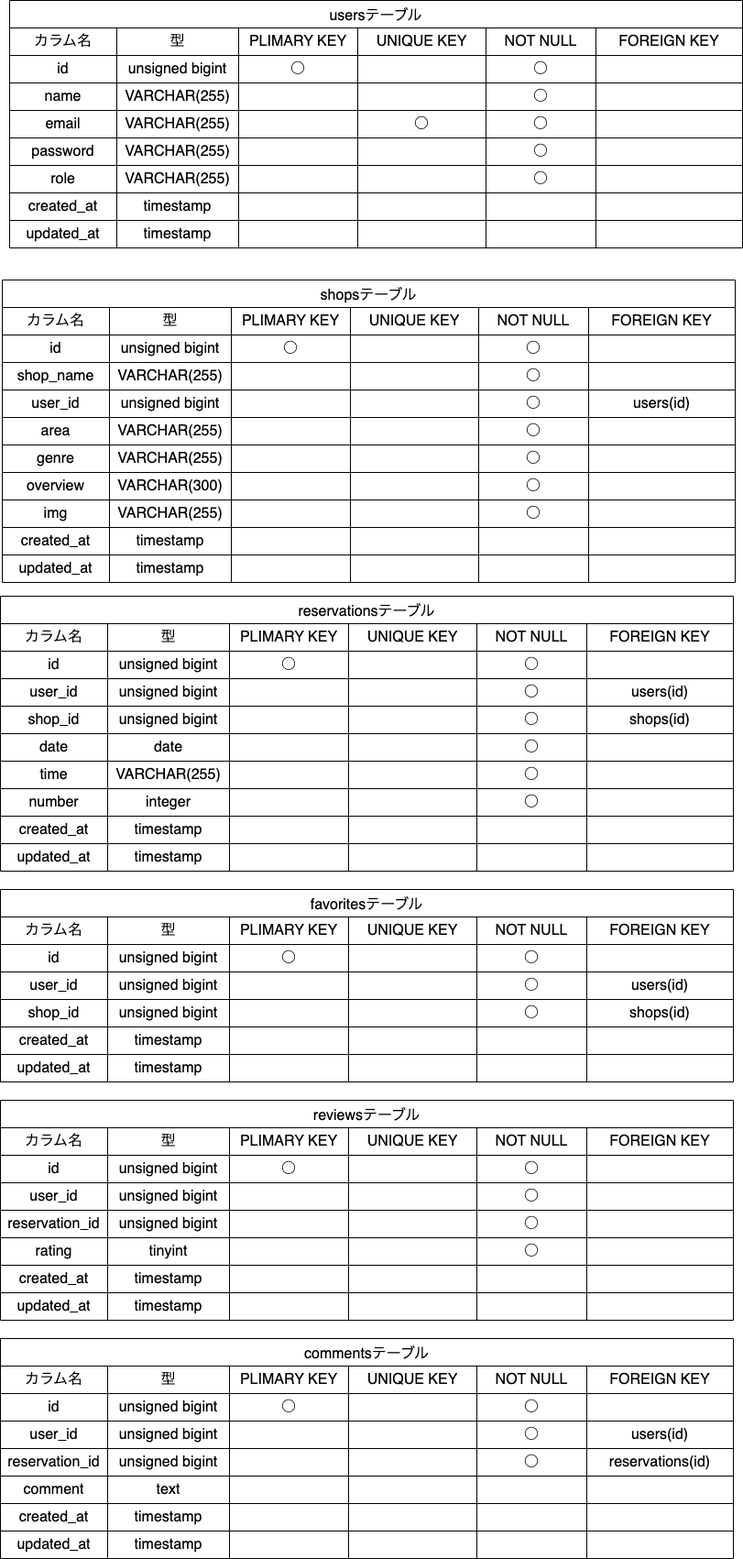
Above: table.drawio.png in youhonami/Rese (draw.io), before the change. Source tidied: cells renumbered, new cells last; positions are measured from the earlier drawing's top-left corner, leaving out a move shared by most shapes.
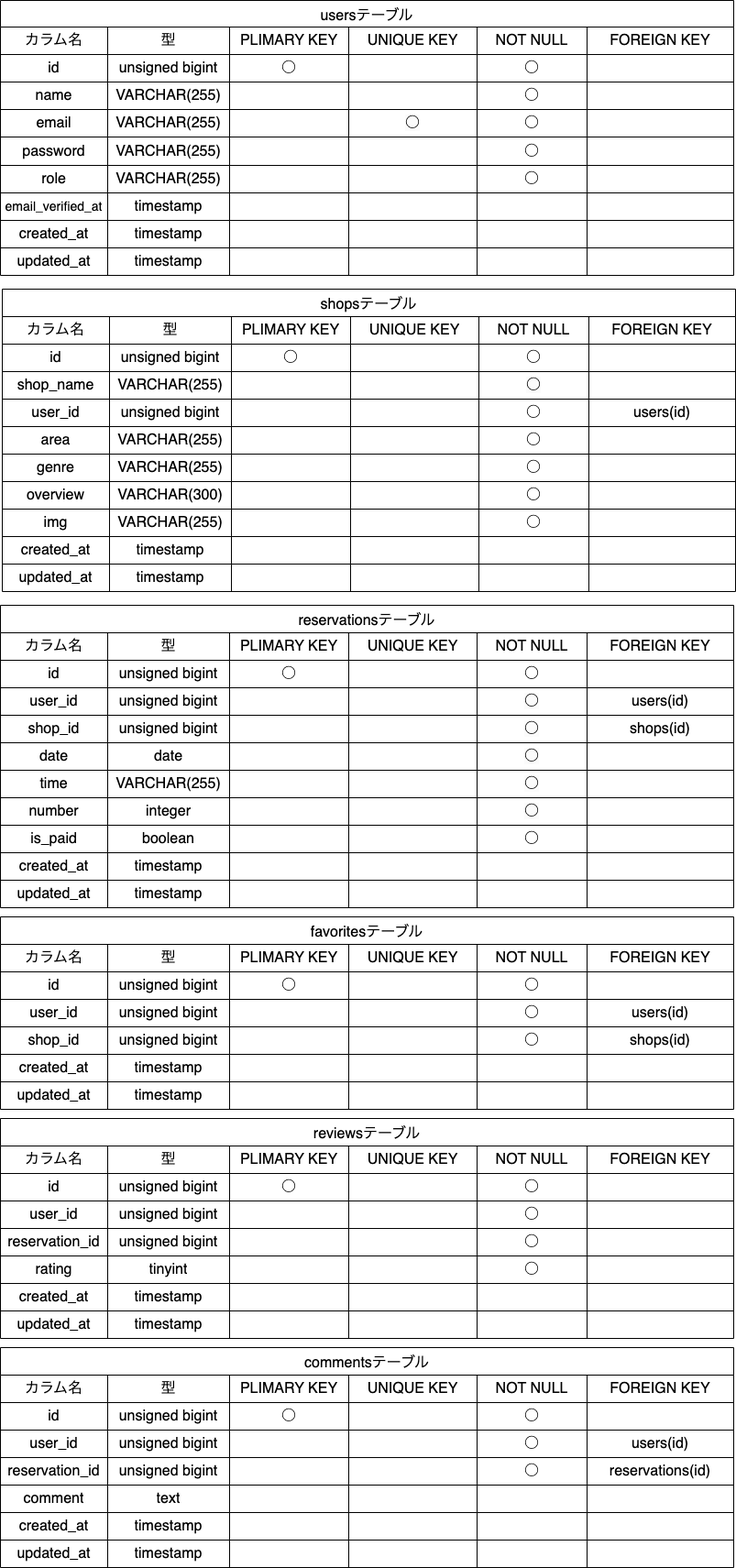
Later version of the same file.

Commit message:
ER図、テーブルの追加修正

Diff of the diagram source:
```diff
@@ -2,11 +2,11 @@
   <root>
     <mxCell id="0" />
     <mxCell id="1" parent="0" />
-    <mxCell id="2" value="usersテーブル" style="shape=table;startSize=30;strokeColor=default;fontSize=16;" parent="1" vertex="1">
-      <mxGeometry x="10" width="800" height="270" as="geometry" />
+    <mxCell id="2" value="usersテーブル" style="shape=table;startSize=29;strokeColor=default;fontSize=16;" parent="1" vertex="1">
+      <mxGeometry y="-10" width="800" height="300" as="geometry" />
     </mxCell>
     <mxCell id="3" style="shape=tableRow;horizontal=0;startSize=0;swimlaneHead=0;swimlaneBody=0;strokeColor=inherit;top=0;left=0;bottom=0;right=0;fillColor=none;fontSize=16;" parent="2" vertex="1">
-      <mxGeometry y="30" width="800" height="30" as="geometry" />
+      <mxGeometry y="29" width="800" height="30" as="geometry" />
     </mxCell>
     <mxCell id="4" value="カラム名" style="shape=partialRectangle;html=1;whiteSpace=wrap;strokeColor=inherit;overflow=hidden;fillColor=none;top=0;left=0;bottom=0;right=0;fontSize=16;align=center;" parent="3" vertex="1">
       <mxGeometry width="117" height="30" as="geometry" />
@@ -27,7 +27,7 @@
       <mxGeometry x="640" width="160" height="30" as="geometry" />
     </mxCell>
     <mxCell id="10" style="shape=tableRow;horizontal=0;startSize=0;swimlaneHead=0;swimlaneBody=0;strokeColor=inherit;top=0;left=0;bottom=0;right=0;fillColor=none;fontSize=16;" parent="2" vertex="1">
-      <mxGeometry y="60" width="800" height="30" as="geometry" />
+      <mxGeometry y="59" width="800" height="30" as="geometry" />
     </mxCell>
     <mxCell id="11" value="id" style="shape=partialRectangle;html=1;whiteSpace=wrap;strokeColor=inherit;overflow=hidden;fillColor=none;top=0;left=0;bottom=0;right=0;fontSize=16;" parent="10" vertex="1">
       <mxGeometry width="117" height="30" as="geometry" />
@@ -48,7 +48,7 @@
       <mxGeometry x="640" width="160" height="30" as="geometry" />
     </mxCell>
     <mxCell id="17" style="shape=tableRow;horizontal=0;startSize=0;swimlaneHead=0;swimlaneBody=0;strokeColor=inherit;top=0;left=0;bottom=0;right=0;fillColor=none;fontSize=16;" parent="2" vertex="1">
-      <mxGeometry y="90" width="800" height="30" as="geometry" />
+      <mxGeometry y="89" width="800" height="30" as="geometry" />
     </mxCell>
     <mxCell id="18" value="name" style="shape=partialRectangle;html=1;whiteSpace=wrap;strokeColor=inherit;overflow=hidden;fillColor=none;top=0;left=0;bottom=0;right=0;fontSize=16;" parent="17" vertex="1">
       <mxGeometry width="117" height="30" as="geometry" />
@@ -69,7 +69,7 @@
       <mxGeometry x="640" width="160" height="30" as="geometry" />
     </mxCell>
     <mxCell id="24" style="shape=tableRow;horizontal=0;startSize=0;swimlaneHead=0;swimlaneBody=0;strokeColor=inherit;top=0;left=0;bottom=0;right=0;fillColor=none;fontSize=16;" parent="2" vertex="1">
-      <mxGeometry y="120" width="800" height="30" as="geometry" />
+      <mxGeometry y="119" width="800" height="30" as="geometry" />
     </mxCell>
     <mxCell id="25" value="email" style="shape=partialRectangle;html=1;whiteSpace=wrap;strokeColor=inherit;overflow=hidden;fillColor=none;top=0;left=0;bottom=0;right=0;fontSize=16;" parent="24" vertex="1">
       <mxGeometry width="117" height="30" as="geometry" />
@@ -90,25 +90,25 @@
       <mxGeometry x="640" width="160" height="30" as="geometry" />
     </mxCell>
     <mxCell id="31" style="shape=tableRow;horizontal=0;startSize=0;swimlaneHead=0;swimlaneBody=0;strokeColor=inherit;top=0;left=0;bottom=0;right=0;fillColor=none;fontSize=16;" parent="2" vertex="1">
-      <mxGeometry y="150" width="800" height="30" as="geometry" />
+      <mxGeometry y="149" width="800" height="31" as="geometry" />
     </mxCell>
     <mxCell id="32" value="password" style="shape=partialRectangle;html=1;whiteSpace=wrap;strokeColor=inherit;overflow=hidden;fillColor=none;top=0;left=0;bottom=0;right=0;fontSize=16;" parent="31" vertex="1">
-      <mxGeometry width="117" height="30" as="geometry" />
+      <mxGeometry width="117" height="31" as="geometry" />
     </mxCell>
     <mxCell id="33" value="VARCHAR(255)" style="shape=partialRectangle;html=1;whiteSpace=wrap;strokeColor=inherit;overflow=hidden;fillColor=none;top=0;left=0;bottom=0;right=0;fontSize=16;" parent="31" vertex="1">
-      <mxGeometry x="117" width="133" height="30" as="geometry" />
+      <mxGeometry x="117" width="133" height="31" as="geometry" />
     </mxCell>
     <mxCell id="34" style="shape=partialRectangle;html=1;whiteSpace=wrap;strokeColor=inherit;overflow=hidden;fillColor=none;top=0;left=0;bottom=0;right=0;fontSize=16;" parent="31" vertex="1">
-      <mxGeometry x="250" width="130" height="30" as="geometry" />
+      <mxGeometry x="250" width="130" height="31" as="geometry" />
     </mxCell>
     <mxCell id="35" style="shape=partialRectangle;html=1;whiteSpace=wrap;strokeColor=inherit;overflow=hidden;fillColor=none;top=0;left=0;bottom=0;right=0;fontSize=16;" parent="31" vertex="1">
-      <mxGeometry x="380" width="140" height="30" as="geometry" />
+      <mxGeometry x="380" width="140" height="31" as="geometry" />
     </mxCell>
     <mxCell id="36" value="&lt;span style=&quot;color: rgb(0, 0, 0);&quot;&gt;○&lt;/span&gt;" style="shape=partialRectangle;html=1;whiteSpace=wrap;strokeColor=inherit;overflow=hidden;fillColor=none;top=0;left=0;bottom=0;right=0;fontSize=16;" parent="31" vertex="1">
-      <mxGeometry x="520" width="120" height="30" as="geometry" />
+      <mxGeometry x="520" width="120" height="31" as="geometry" />
     </mxCell>
     <mxCell id="37" style="shape=partialRectangle;html=1;whiteSpace=wrap;strokeColor=inherit;overflow=hidden;fillColor=none;top=0;left=0;bottom=0;right=0;fontSize=16;" parent="31" vertex="1">
-      <mxGeometry x="640" width="160" height="30" as="geometry" />
+      <mxGeometry x="640" width="160" height="31" as="geometry" />
     </mxCell>
     <mxCell id="38" style="shape=tableRow;horizontal=0;startSize=0;swimlaneHead=0;swimlaneBody=0;strokeColor=inherit;top=0;left=0;bottom=0;right=0;fillColor=none;fontSize=16;" parent="2" vertex="1">
       <mxGeometry y="180" width="800" height="30" as="geometry" />
@@ -134,10 +134,10 @@
     <mxCell id="45" style="shape=tableRow;horizontal=0;startSize=0;swimlaneHead=0;swimlaneBody=0;strokeColor=inherit;top=0;left=0;bottom=0;right=0;fillColor=none;fontSize=16;" parent="2" vertex="1">
       <mxGeometry y="210" width="800" height="30" as="geometry" />
     </mxCell>
-    <mxCell id="46" value="created_at" style="shape=partialRectangle;html=1;whiteSpace=wrap;strokeColor=inherit;overflow=hidden;fillColor=none;top=0;left=0;bottom=0;right=0;fontSize=16;" parent="45" vertex="1">
+    <mxCell id="46" value="&lt;font style=&quot;font-size: 14px;&quot;&gt;email_verified_at&lt;/font&gt;" style="shape=partialRectangle;html=1;whiteSpace=wrap;strokeColor=inherit;overflow=hidden;fillColor=none;top=0;left=0;bottom=0;right=0;fontSize=16;" parent="45" vertex="1">
       <mxGeometry width="117" height="30" as="geometry" />
     </mxCell>
-    <mxCell id="47" value="timestamp" style="shape=partialRectangle;html=1;whiteSpace=wrap;strokeColor=inherit;overflow=hidden;fillColor=none;top=0;left=0;bottom=0;right=0;fontSize=16;" parent="45" vertex="1">
+    <mxCell id="47" value="&lt;span style=&quot;color: rgb(0, 0, 0);&quot;&gt;timestamp&lt;/span&gt;" style="shape=partialRectangle;html=1;whiteSpace=wrap;strokeColor=inherit;overflow=hidden;fillColor=none;top=0;left=0;bottom=0;right=0;fontSize=16;" parent="45" vertex="1">
       <mxGeometry x="117" width="133" height="30" as="geometry" />
     </mxCell>
     <mxCell id="48" style="shape=partialRectangle;html=1;whiteSpace=wrap;strokeColor=inherit;overflow=hidden;fillColor=none;top=0;left=0;bottom=0;right=0;fontSize=16;" parent="45" vertex="1">
@@ -155,7 +155,7 @@
     <mxCell id="52" style="shape=tableRow;horizontal=0;startSize=0;swimlaneHead=0;swimlaneBody=0;strokeColor=inherit;top=0;left=0;bottom=0;right=0;fillColor=none;fontSize=16;" parent="2" vertex="1">
       <mxGeometry y="240" width="800" height="30" as="geometry" />
     </mxCell>
-    <mxCell id="53" value="updated_at" style="shape=partialRectangle;html=1;whiteSpace=wrap;strokeColor=inherit;overflow=hidden;fillColor=none;top=0;left=0;bottom=0;right=0;fontSize=16;" parent="52" vertex="1">
+    <mxCell id="53" value="&lt;span style=&quot;color: rgb(0, 0, 0);&quot;&gt;created_at&lt;/span&gt;" style="shape=partialRectangle;html=1;whiteSpace=wrap;strokeColor=inherit;overflow=hidden;fillColor=none;top=0;left=0;bottom=0;right=0;fontSize=16;" parent="52" vertex="1">
       <mxGeometry width="117" height="30" as="geometry" />
     </mxCell>
     <mxCell id="54" value="&lt;span style=&quot;color: rgb(0, 0, 0);&quot;&gt;timestamp&lt;/span&gt;" style="shape=partialRectangle;html=1;whiteSpace=wrap;strokeColor=inherit;overflow=hidden;fillColor=none;top=0;left=0;bottom=0;right=0;fontSize=16;" parent="52" vertex="1">
@@ -173,6 +173,27 @@
     <mxCell id="58" style="shape=partialRectangle;html=1;whiteSpace=wrap;strokeColor=inherit;overflow=hidden;fillColor=none;top=0;left=0;bottom=0;right=0;fontSize=16;" parent="52" vertex="1">
       <mxGeometry x="640" width="160" height="30" as="geometry" />
     </mxCell>
+    <mxCell id="337" style="shape=tableRow;horizontal=0;startSize=0;swimlaneHead=0;swimlaneBody=0;strokeColor=inherit;top=0;left=0;bottom=0;right=0;fillColor=none;fontSize=16;" parent="2" vertex="1">
+      <mxGeometry y="270" width="800" height="30" as="geometry" />
+    </mxCell>
+    <mxCell id="338" value="&lt;span style=&quot;color: rgb(0, 0, 0);&quot;&gt;updated_at&lt;/span&gt;" style="shape=partialRectangle;html=1;whiteSpace=wrap;strokeColor=inherit;overflow=hidden;fillColor=none;top=0;left=0;bottom=0;right=0;fontSize=16;" parent="337" vertex="1">
+      <mxGeometry width="117" height="30" as="geometry" />
+    </mxCell>
+    <mxCell id="339" value="&lt;span style=&quot;color: rgb(0, 0, 0);&quot;&gt;timestamp&lt;/span&gt;" style="shape=partialRectangle;html=1;whiteSpace=wrap;strokeColor=inherit;overflow=hidden;fillColor=none;top=0;left=0;bottom=0;right=0;fontSize=16;" parent="337" vertex="1">
+      <mxGeometry x="117" width="133" height="30" as="geometry" />
+    </mxCell>
+    <mxCell id="340" style="shape=partialRectangle;html=1;whiteSpace=wrap;strokeColor=inherit;overflow=hidden;fillColor=none;top=0;left=0;bottom=0;right=0;fontSize=16;" parent="337" vertex="1">
+      <mxGeometry x="250" width="130" height="30" as="geometry" />
+    </mxCell>
+    <mxCell id="341" style="shape=partialRectangle;html=1;whiteSpace=wrap;strokeColor=inherit;overflow=hidden;fillColor=none;top=0;left=0;bottom=0;right=0;fontSize=16;" parent="337" vertex="1">
+      <mxGeometry x="380" width="140" height="30" as="geometry" />
+    </mxCell>
+    <mxCell id="342" style="shape=partialRectangle;html=1;whiteSpace=wrap;strokeColor=inherit;overflow=hidden;fillColor=none;top=0;left=0;bottom=0;right=0;fontSize=16;" parent="337" vertex="1">
+      <mxGeometry x="520" width="120" height="30" as="geometry" />
+    </mxCell>
+    <mxCell id="343" style="shape=partialRectangle;html=1;whiteSpace=wrap;strokeColor=inherit;overflow=hidden;fillColor=none;top=0;left=0;bottom=0;right=0;fontSize=16;" parent="337" vertex="1">
+      <mxGeometry x="640" width="160" height="30" as="geometry" />
+    </mxCell>
     <mxCell id="59" value="shopsテーブル" style="shape=table;startSize=30;strokeColor=default;fontSize=16;" parent="1" vertex="1">
       <mxGeometry x="2" y="305" width="800" height="330" as="geometry" />
     </mxCell>
@@ -387,7 +408,7 @@
       <mxGeometry x="640" width="160" height="30" as="geometry" />
     </mxCell>
     <mxCell id="130" value="reservationsテーブル" style="shape=table;startSize=30;strokeColor=default;fontSize=16;" parent="1" vertex="1">
-      <mxGeometry y="650" width="800" height="300" as="geometry" />
+      <mxGeometry y="650" width="800" height="330" as="geometry" />
     </mxCell>
     <mxCell id="131" style="shape=tableRow;horizontal=0;startSize=0;swimlaneHead=0;swimlaneBody=0;strokeColor=inherit;top=0;left=0;bottom=0;right=0;fillColor=none;fontSize=16;" parent="130" vertex="1">
       <mxGeometry y="30" width="800" height="30" as="geometry" />
@@ -536,8 +557,29 @@
     <mxCell id="179" style="shape=partialRectangle;html=1;whiteSpace=wrap;strokeColor=inherit;overflow=hidden;fillColor=none;top=0;left=0;bottom=0;right=0;fontSize=16;" parent="173" vertex="1">
       <mxGeometry x="640" width="160" height="30" as="geometry" />
     </mxCell>
+    <mxCell id="344" style="shape=tableRow;horizontal=0;startSize=0;swimlaneHead=0;swimlaneBody=0;strokeColor=inherit;top=0;left=0;bottom=0;right=0;fillColor=none;fontSize=16;" parent="130" vertex="1">
+      <mxGeometry y="240" width="800" height="30" as="geometry" />
+    </mxCell>
+    <mxCell id="345" value="is_paid" style="shape=partialRectangle;html=1;whiteSpace=wrap;strokeColor=inherit;overflow=hidden;fillColor=none;top=0;left=0;bottom=0;right=0;fontSize=16;" parent="344" vertex="1">
+      <mxGeometry width="117" height="30" as="geometry" />
+    </mxCell>
+    <mxCell id="346" value="boolean" style="shape=partialRectangle;html=1;whiteSpace=wrap;strokeColor=inherit;overflow=hidden;fillColor=none;top=0;left=0;bottom=0;right=0;fontSize=16;" parent="344" vertex="1">
+      <mxGeometry x="117" width="133" height="30" as="geometry" />
+    </mxCell>
+    <mxCell id="347" style="shape=partialRectangle;html=1;whiteSpace=wrap;strokeColor=inherit;overflow=hidden;fillColor=none;top=0;left=0;bottom=0;right=0;fontSize=16;" parent="344" vertex="1">
+      <mxGeometry x="250" width="130" height="30" as="geometry" />
+    </mxCell>
+    <mxCell id="348" style="shape=partialRectangle;html=1;whiteSpace=wrap;strokeColor=inherit;overflow=hidden;fillColor=none;top=0;left=0;bottom=0;right=0;fontSize=16;" parent="344" vertex="1">
+      <mxGeometry x="380" width="140" height="30" as="geometry" />
+    </mxCell>
+    <mxCell id="349" value="&lt;span style=&quot;color: rgb(0, 0, 0);&quot;&gt;○&lt;/span&gt;" style="shape=partialRectangle;html=1;whiteSpace=wrap;strokeColor=inherit;overflow=hidden;fillColor=none;top=0;left=0;bottom=0;right=0;fontSize=16;" parent="344" vertex="1">
+      <mxGeometry x="520" width="120" height="30" as="geometry" />
+    </mxCell>
+    <mxCell id="350" style="shape=partialRectangle;html=1;whiteSpace=wrap;strokeColor=inherit;overflow=hidden;fillColor=none;top=0;left=0;bottom=0;right=0;fontSize=16;" parent="344" vertex="1">
+      <mxGeometry x="640" width="160" height="30" as="geometry" />
+    </mxCell>
     <mxCell id="180" style="shape=tableRow;horizontal=0;startSize=0;swimlaneHead=0;swimlaneBody=0;strokeColor=inherit;top=0;left=0;bottom=0;right=0;fillColor=none;fontSize=16;" parent="130" vertex="1">
-      <mxGeometry y="240" width="800" height="30" as="geometry" />
+      <mxGeometry y="270" width="800" height="30" as="geometry" />
     </mxCell>
     <mxCell id="181" value="&lt;span style=&quot;color: rgb(0, 0, 0);&quot;&gt;created_at&lt;/span&gt;" style="shape=partialRectangle;html=1;whiteSpace=wrap;strokeColor=inherit;overflow=hidden;fillColor=none;top=0;left=0;bottom=0;right=0;fontSize=16;" parent="180" vertex="1">
       <mxGeometry width="117" height="30" as="geometry" />
@@ -558,7 +600,7 @@
       <mxGeometry x="640" width="160" height="30" as="geometry" />
     </mxCell>
     <mxCell id="187" style="shape=tableRow;horizontal=0;startSize=0;swimlaneHead=0;swimlaneBody=0;strokeColor=inherit;top=0;left=0;bottom=0;right=0;fillColor=none;fontSize=16;" parent="130" vertex="1">
-      <mxGeometry y="270" width="800" height="30" as="geometry" />
+      <mxGeometry y="300" width="800" height="30" as="geometry" />
     </mxCell>
     <mxCell id="188" value="&lt;span style=&quot;color: rgb(0, 0, 0);&quot;&gt;updated_at&lt;/span&gt;" style="shape=partialRectangle;html=1;whiteSpace=wrap;strokeColor=inherit;overflow=hidden;fillColor=none;top=0;left=0;bottom=0;right=0;fontSize=16;" parent="187" vertex="1">
       <mxGeometry width="117" height="30" as="geometry" />
@@ -579,7 +621,7 @@
       <mxGeometry x="640" width="160" height="30" as="geometry" />
     </mxCell>
     <mxCell id="194" value="favoritesテーブル" style="shape=table;startSize=30;strokeColor=default;fontSize=16;" parent="1" vertex="1">
-      <mxGeometry y="970" width="800" height="210" as="geometry" />
+      <mxGeometry y="990" width="800" height="210" as="geometry" />
     </mxCell>
     <mxCell id="195" style="shape=tableRow;horizontal=0;startSize=0;swimlaneHead=0;swimlaneBody=0;strokeColor=inherit;top=0;left=0;bottom=0;right=0;fillColor=none;fontSize=16;" parent="194" vertex="1">
       <mxGeometry y="30" width="800" height="30" as="geometry" />
@@ -708,7 +750,7 @@
       <mxGeometry x="640" width="160" height="30" as="geometry" />
     </mxCell>
     <mxCell id="237" value="reviewsテーブル" style="shape=table;startSize=30;strokeColor=default;fontSize=16;" parent="1" vertex="1">
-      <mxGeometry y="1200" width="800" height="240" as="geometry" />
+      <mxGeometry y="1210" width="800" height="240" as="geometry" />
     </mxCell>
     <mxCell id="238" style="shape=tableRow;horizontal=0;startSize=0;swimlaneHead=0;swimlaneBody=0;strokeColor=inherit;top=0;left=0;bottom=0;right=0;fillColor=none;fontSize=16;" parent="237" vertex="1">
       <mxGeometry y="30" width="800" height="30" as="geometry" />
```
